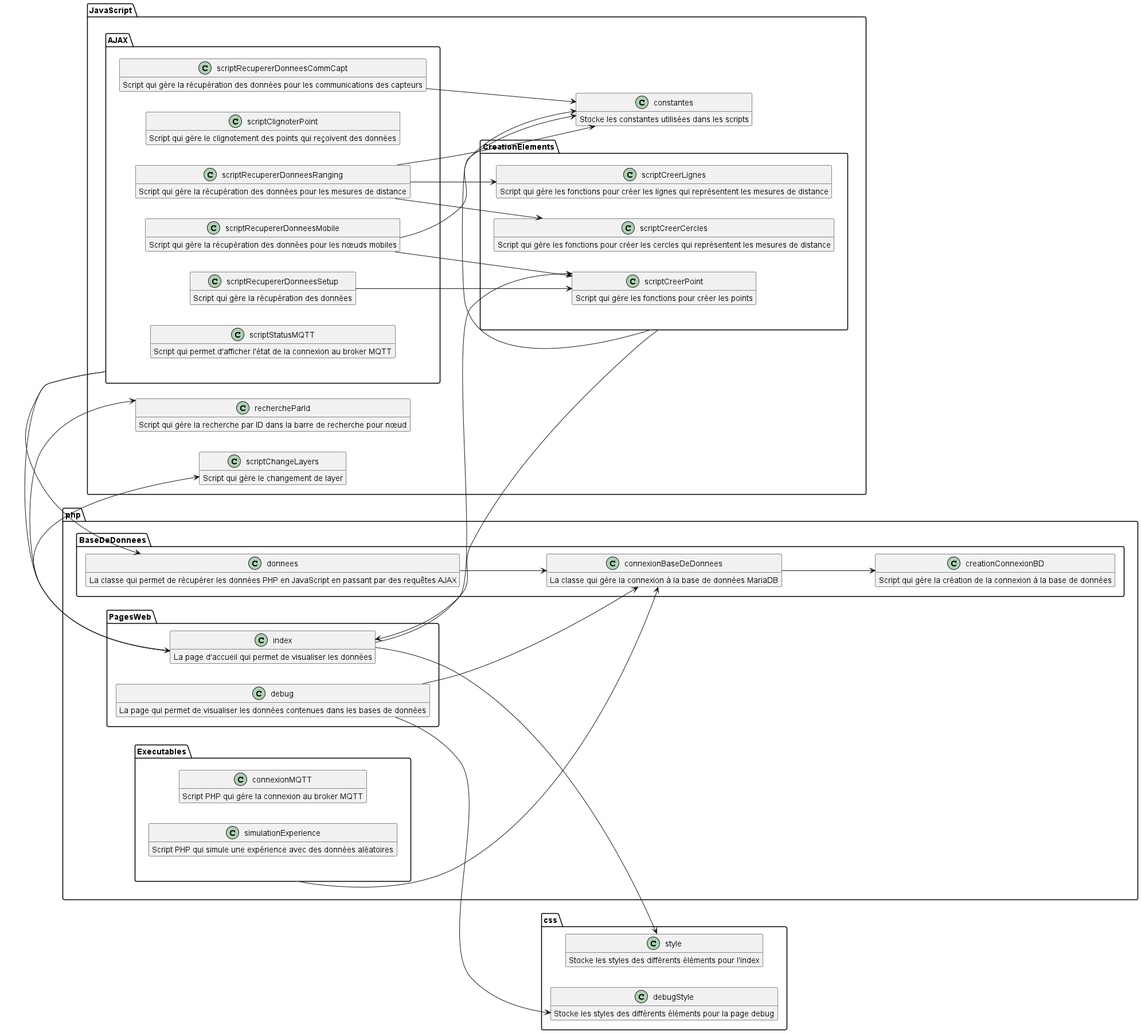
Above: Doc/img/Diagramme de classe locur4iot Complet.png in IUT-Blagnac/SAE-ALT-S3-Dev-23-24-LocURa-Equipe-3A04 (PlantUML), before the change. Source of this version:
```plantuml
@startuml Diagramme de classe locur4iot

left to right direction

package php {
    package BaseDeDonnees {
        class creationConnexionBD {
            Script qui gère la création de la connexion à la base de données
        }
        class connexionBaseDeDonnees {
            La classe qui gère la connexion à la base de données MariaDB
        }
        class donnees {
            La classe qui permet de récupérer les données PHP en JavaScript en passant par des requêtes AJAX
        }
    }

    package PagesWeb {
        class index {
            La page d'accueil qui permet de visualiser les données
        }
        class debug {
            La page qui permet de visualiser les données contenues dans les bases de données
        }
    }

    package Executables {
        class connexionMQTT {
            Script PHP qui gère la connexion au broker MQTT
        }
        class simulationExperience {
            Script PHP qui simule une expérience avec des données aléatoires
        }
    }
}

package css {
    class style {
        Stocke les styles des différents éléments pour l'index
    }
    class debugStyle {
        Stocke les styles des différents éléments pour la page debug
    }
}

package JavaScript {
    class constantes {
        Stocke les constantes utilisées dans les scripts
    }
    class rechercheParId {
        Script qui gère la recherche par ID dans la barre de recherche pour nœud
    }
    class scriptChangeLayers {
        Script qui gère le changement de layer
    }

    package AJAX {
        class scriptRecupererDonneesSetup {
            Script qui gère la récupération des données
        }
        class scriptClignoterPoint {
            Script qui gère le clignotement des points qui reçoivent des données
        }
        class scriptRecupererDonneesCommCapt {
            Script qui gère la récupération des données pour les communications des capteurs
        }
        class scriptRecupererDonneesMobile {
            Script qui gère la récupération des données pour les nœuds mobiles
        }
        class scriptRecupererDonneesRanging {
            Script qui gère la récupération des données pour les mesures de distance
        }
        class scriptStatusMQTT {
            Script qui permet d'afficher l'état de la connexion au broker MQTT
        }
    }

    package CreationElements {
        class scriptCreerPoint {
            Script qui gère les fonctions pour créer les points
        }
        class scriptCreerCercles {
            Script qui gère les fonctions pour créer les cercles qui représentent les mesures de distance
        }
        class scriptCreerLignes {
            Script qui gère les fonctions pour créer les lignes qui représentent les mesures de distance
        }
    }
}

index --> scriptChangeLayers
index --> style
index --> scriptCreerPoint
index --> rechercheParId

debug --> debugStyle
debug --> connexionBaseDeDonnees

connexionBaseDeDonnees --> creationConnexionBD

donnees --> connexionBaseDeDonnees
Executables --> connexionBaseDeDonnees

CreationElements -> constantes
CreationElements -> index

AJAX -> index
AJAX --> donnees

scriptRecupererDonneesCommCapt --> constantes
scriptRecupererDonneesRanging --> constantes
scriptRecupererDonneesMobile --> constantes

scriptRecupererDonneesMobile --> scriptCreerPoint
scriptRecupererDonneesSetup --> scriptCreerPoint
scriptRecupererDonneesRanging --> scriptCreerCercles
scriptRecupererDonneesRanging --> scriptCreerLignes


hide members
show index attributes
show connexionBaseDeDonnees attributes
show creationConnexionBD attributes
show connexionMQTT attributes
show donnees attributes
show scriptCreerPoint attributes
show style attributes
show debugStyle attributes
show debug attributes
show scriptChangeLayers attributes
show scriptRecupererDonneesSetup attributes
show scriptClignoterPoint attributes
show scriptRecupererDonneesCommCapt attributes
show scriptRecupererDonneesMobile attributes
show scriptRecupererDonneesRanging attributes
show scriptStatusMQTT attributes
show scriptCreerCercles attributes
show scriptCreerLignes attributes
show constantes attributes
show simulationExperience attributes
show rechercheParId attributes
@enduml
```
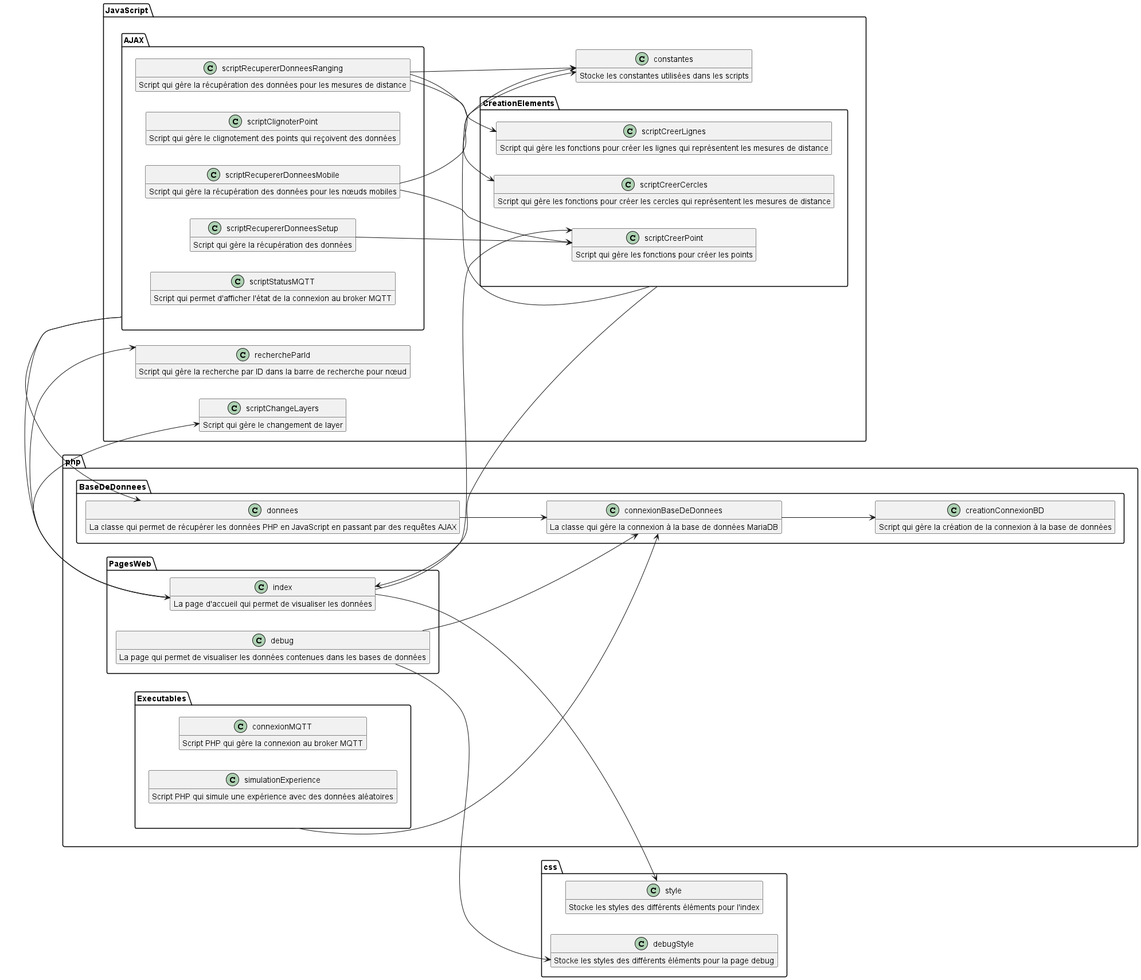
The same diagram one commit later.

Commit message:
Doc technique + update diag classe

Diff of the diagram source:
```diff
@@ -61,9 +61,6 @@
         class scriptClignoterPoint {
             Script qui gère le clignotement des points qui reçoivent des données
         }
-        class scriptRecupererDonneesCommCapt {
-            Script qui gère la récupération des données pour les communications des capteurs
-        }
         class scriptRecupererDonneesMobile {
             Script qui gère la récupération des données pour les nœuds mobiles
         }
@@ -107,7 +104,6 @@
 AJAX -> index
 AJAX --> donnees
 
-scriptRecupererDonneesCommCapt --> constantes
 scriptRecupererDonneesRanging --> constantes
 scriptRecupererDonneesMobile --> constantes
 
@@ -130,7 +126,6 @@
 show scriptChangeLayers attributes
 show scriptRecupererDonneesSetup attributes
 show scriptClignoterPoint attributes
-show scriptRecupererDonneesCommCapt attributes
 show scriptRecupererDonneesMobile attributes
 show scriptRecupererDonneesRanging attributes
 show scriptStatusMQTT attributes
```
